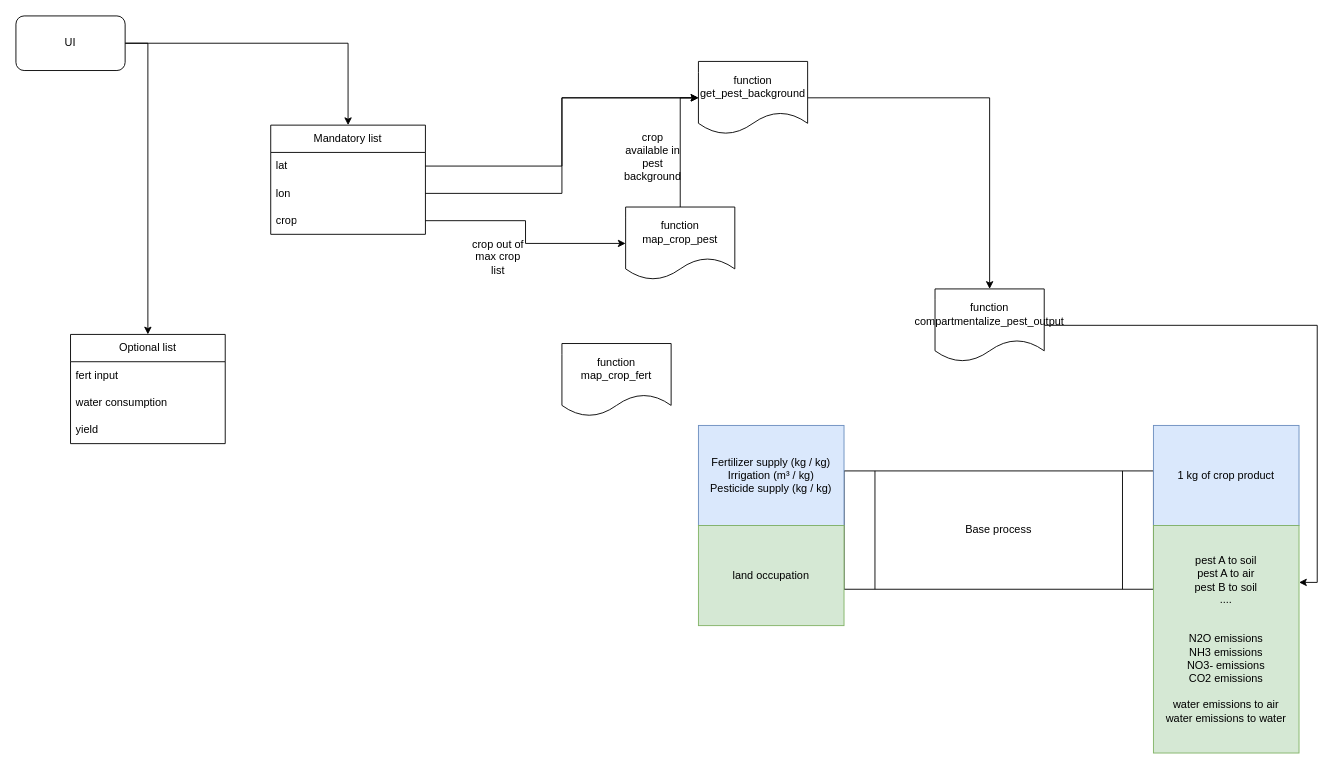
Before: docs/Calcey_data_flow.drawio in TitouanGreffe/Calcey, a draw.io diagram. Source tidied: cells renumbered, new cells numbered last; positions are measured from the earlier drawing's top-left corner, leaving out a move shared by most shapes. Both pictures are drawn from the tidied source at 91%, with x=0, y=0 at pixel (15, 15).
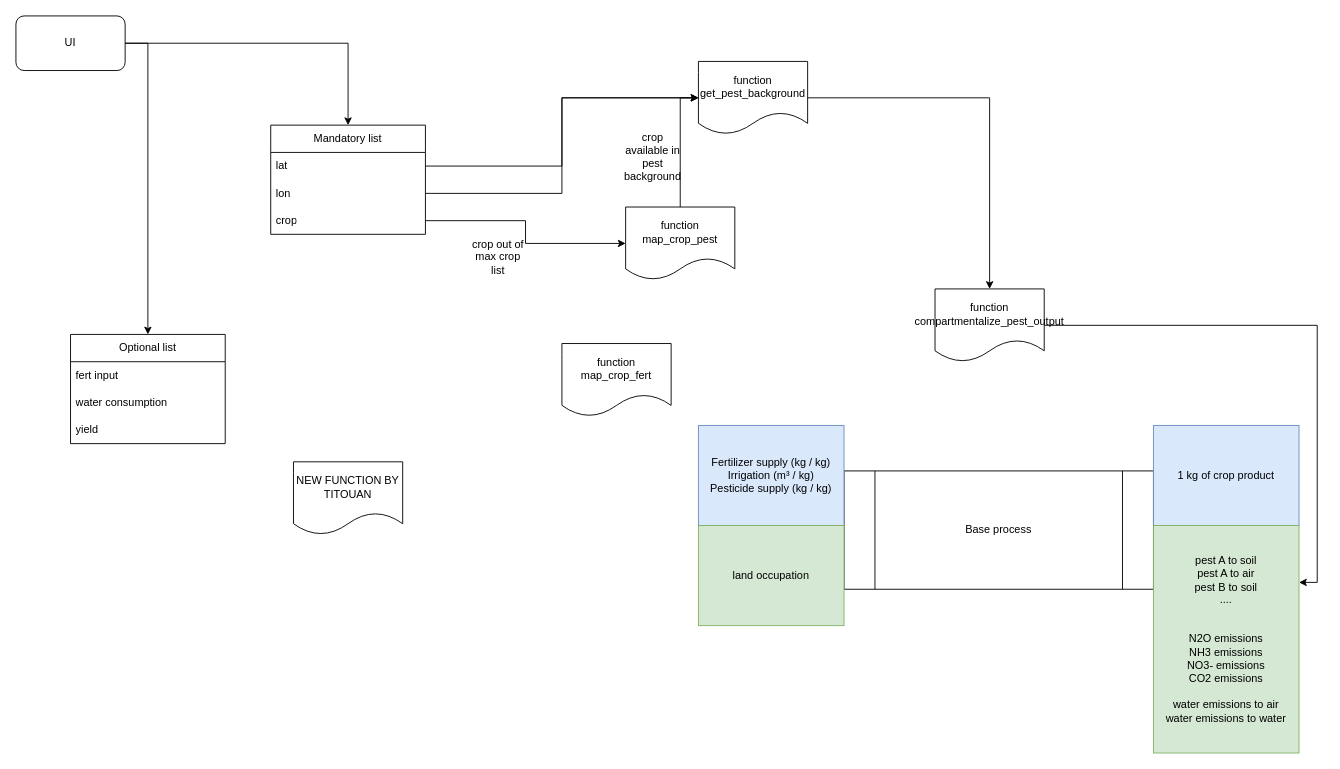
The same page after the edit.

Change to the diagram source:
```diff
@@
+    <mxCell id="30" value="NEW FUNCTION BY TITOUAN" style="shape=document;whiteSpace=wrap;html=1;boundedLbl=1;fontStyle=0;startSize=30;" parent="1" vertex="1">
+      <mxGeometry x="305" y="490" width="120" height="80" as="geometry" />
+    </mxCell>
```
